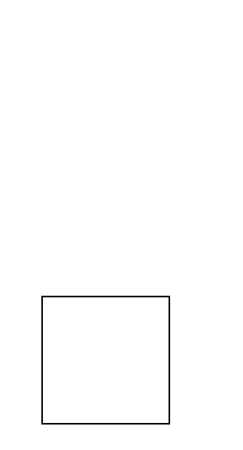
This is 未命名绘图.drawio from lwll/draw.io, a draw.io file, before an edit. Source tidied: cells renumbered, new cells numbered last; positions are measured from the earlier drawing's top-left corner, leaving out a move shared by most shapes. Both pictures are drawn from the tidied source at 159%, with x=0, y=0 at pixel (41, 296).
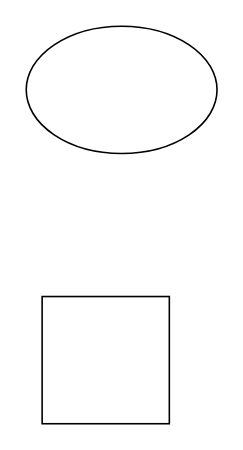
After the change.

The edit, as a diff of the source:
```diff
@@
 <mxGraphModel>
   <root>
     <mxCell id="0" />
     <mxCell id="1" parent="0" />
     <mxCell id="2" style="whiteSpace=wrap;html=1;" parent="1" vertex="1">
       <mxGeometry width="80" height="80" as="geometry" />
     </mxCell>
+    <mxCell id="3" style="ellipse;whiteSpace=wrap;html=1;" parent="1" vertex="1">
+      <mxGeometry x="-10" y="-170" width="120" height="80" as="geometry" />
+    </mxCell>
   </root>
 </mxGraphModel>
```
